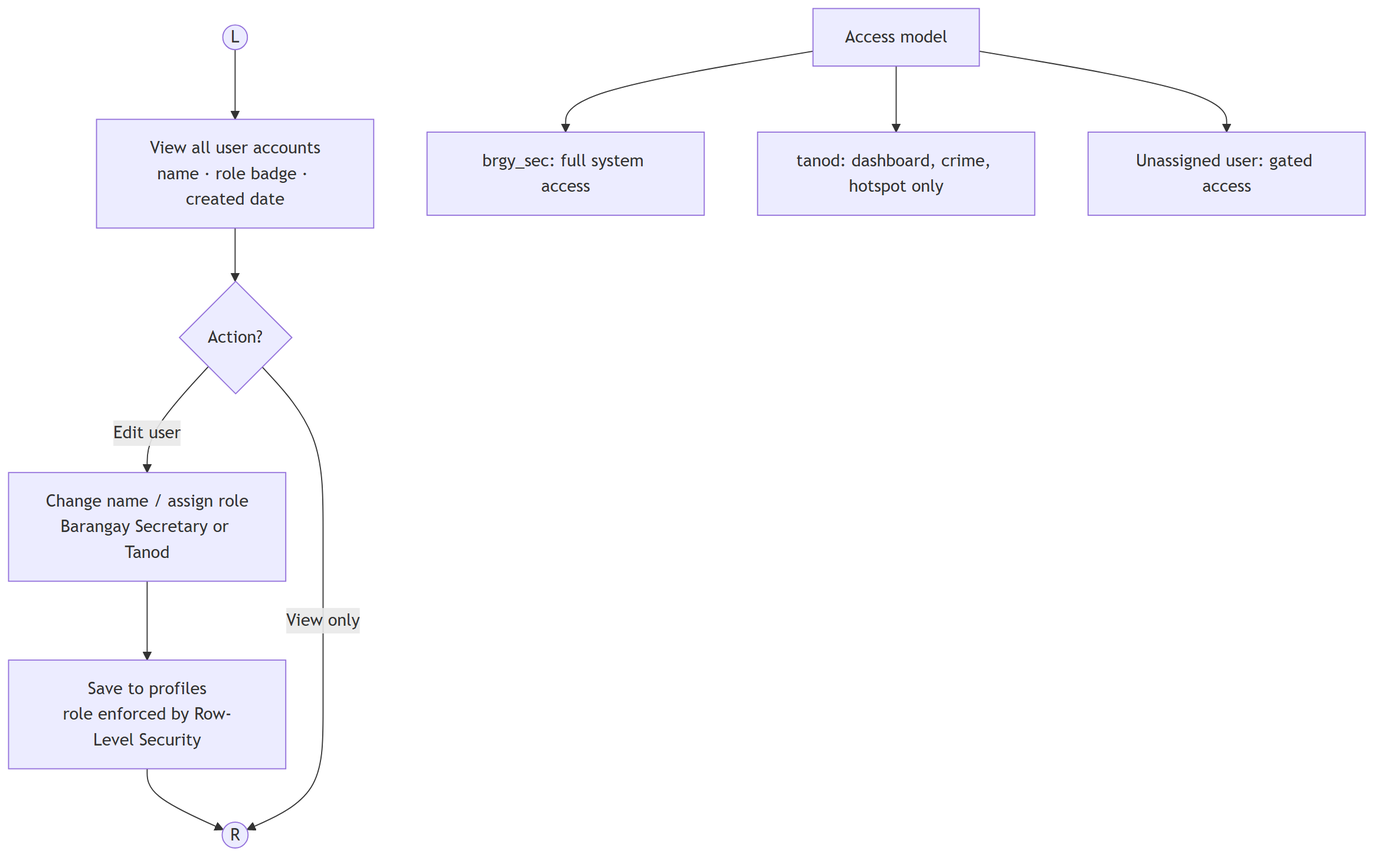
Earlier version of the Mermaid export diagrams/modules/user_management.png (KellyEspera/protect). Its source is kept beside it as diagrams/modules/user_management.mmd.
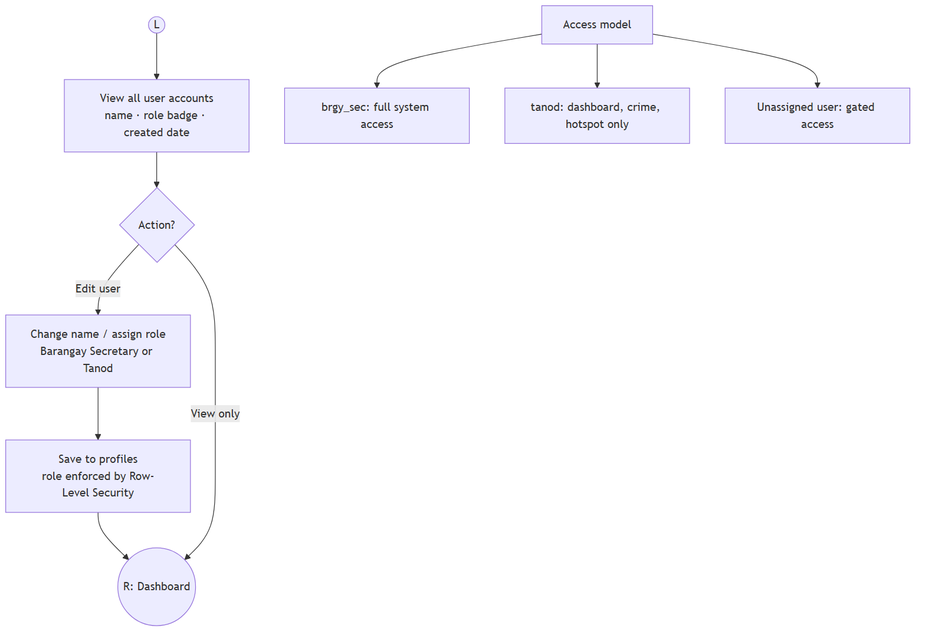
The same file after the commit.

Change to the diagram source:
```diff
@@ -3,8 +3,8 @@
     List --> Act{Action?}
     Act -- Edit user --> Edit[Change name / assign role<br/>Barangay Secretary or Tanod]
     Edit --> Save[Save to profiles<br/>role enforced by Row-Level Security]
-    Save --> R((R))
-    Act -- View only --> R((R))
+    Save --> R((R: Dashboard))
+    Act -- View only --> R
 
     Role[Access model] --> Secretary[brgy_sec: full system access]
     Role --> Tanod[tanod: dashboard, crime, hotspot only]
```
